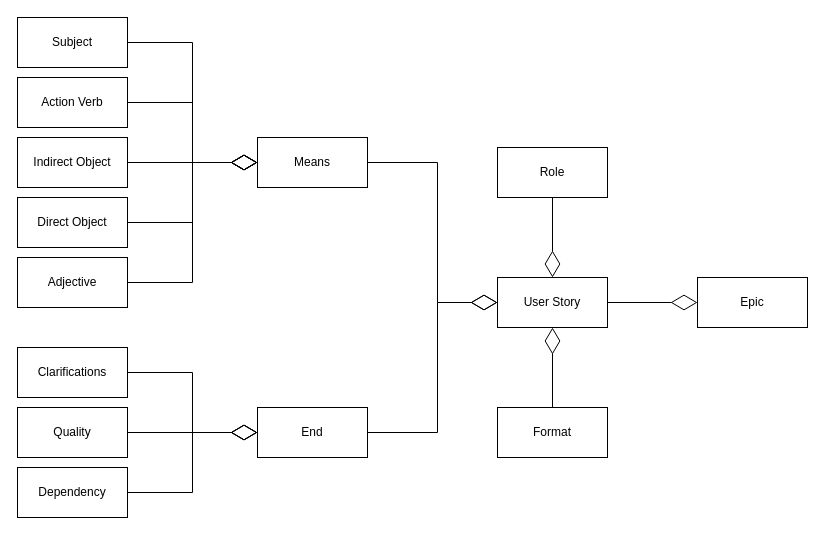
The draw.io diagram user_story_class_diagram.drawio in info-marceloramirez/architect_toolbox, before the edit. Source tidied: cells renumbered, new cells numbered last; positions are measured from the earlier drawing's top-left corner, leaving out a move shared by most shapes. Both pictures are drawn from the tidied source at 100%, with x=0, y=0 at pixel (17, 17).
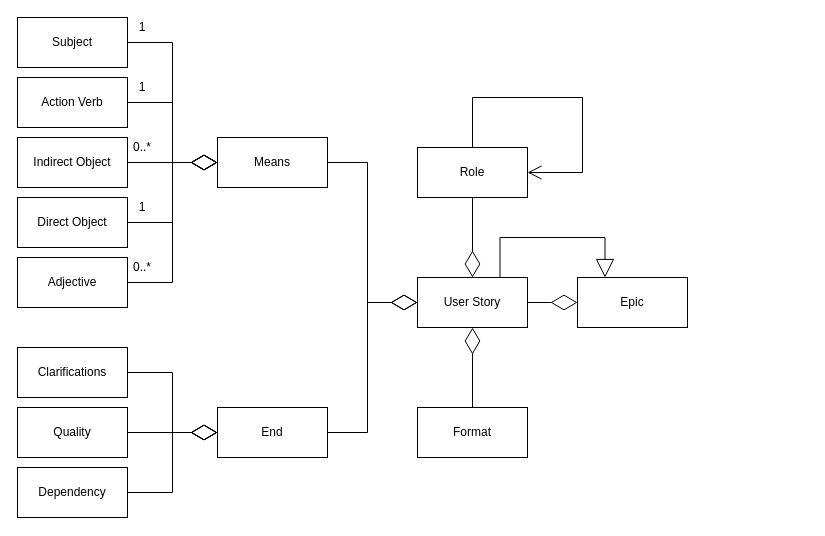
After the change.

Diff of the diagram source:
```diff
@@
     <mxCell id="7" value="Means" style="html=1;whiteSpace=wrap;" parent="1" vertex="1">
-      <mxGeometry x="240" y="120" width="110" height="50" as="geometry" />
+      <mxGeometry x="200" y="120" width="110" height="50" as="geometry" />
     </mxCell>
@@
     <mxCell id="13" value="User Story" style="html=1;whiteSpace=wrap;" parent="1" vertex="1">
-      <mxGeometry x="480" y="260" width="110" height="50" as="geometry" />
+      <mxGeometry x="400" y="260" width="110" height="50" as="geometry" />
     </mxCell>
     <mxCell id="14" style="endArrow=diamondThin;endFill=0;endSize=24;html=1;rounded=0;edgeStyle=orthogonalEdgeStyle;exitX=1;exitY=0.5;exitDx=0;exitDy=0;entryX=0;entryY=0.5;entryDx=0;entryDy=0;" parent="1" edge="1" source="7" target="13">
       <mxGeometry relative="1" as="geometry">
         <Array as="points">
-          <mxPoint x="420" y="145" />
-          <mxPoint x="420" y="285" />
+          <mxPoint x="350" y="145" />
+          <mxPoint x="350" y="285" />
         </Array>
       </mxGeometry>
     </mxCell>
     <mxCell id="15" value="Epic" style="html=1;whiteSpace=wrap;" parent="1" vertex="1">
-      <mxGeometry x="680" y="260" width="110" height="50" as="geometry" />
+      <mxGeometry x="560" y="260" width="110" height="50" as="geometry" />
     </mxCell>
@@
     <mxCell id="17" value="Role" style="html=1;whiteSpace=wrap;" parent="1" vertex="1">
-      <mxGeometry x="480" y="130" width="110" height="50" as="geometry" />
+      <mxGeometry x="400" y="130" width="110" height="50" as="geometry" />
     </mxCell>
     <mxCell id="18" value="Format" style="html=1;whiteSpace=wrap;" parent="1" vertex="1">
-      <mxGeometry x="480" y="390" width="110" height="50" as="geometry" />
+      <mxGeometry x="400" y="390" width="110" height="50" as="geometry" />
     </mxCell>
@@
     <mxCell id="24" value="End" style="html=1;whiteSpace=wrap;" parent="1" vertex="1">
-      <mxGeometry x="240" y="390" width="110" height="50" as="geometry" />
+      <mxGeometry x="200" y="390" width="110" height="50" as="geometry" />
     </mxCell>
@@
     <mxCell id="28" style="endArrow=diamondThin;endFill=0;endSize=24;html=1;rounded=0;edgeStyle=orthogonalEdgeStyle;exitX=1;exitY=0.5;exitDx=0;exitDy=0;entryX=0;entryY=0.5;entryDx=0;entryDy=0;" parent="1" edge="1" source="24" target="13">
       <mxGeometry relative="1" as="geometry">
         <Array as="points">
-          <mxPoint x="420" y="415" />
-          <mxPoint x="420" y="285" />
+          <mxPoint x="350" y="415" />
+          <mxPoint x="350" y="285" />
         </Array>
       </mxGeometry>
     </mxCell>
+    <mxCell id="29" style="endArrow=block;endSize=16;endFill=0;html=1;rounded=0;entryX=0.25;entryY=0;entryDx=0;entryDy=0;edgeStyle=orthogonalEdgeStyle;exitX=0.75;exitY=0;exitDx=0;exitDy=0;" parent="1" edge="1" source="13" target="15">
+      <mxGeometry relative="1" as="geometry">
+        <Array as="points">
+          <mxPoint x="483" y="220" />
+          <mxPoint x="587" y="220" />
+        </Array>
+      </mxGeometry>
+    </mxCell>
+    <mxCell id="30" style="endArrow=open;html=1;endSize=12;startArrow=none;startSize=14;startFill=0;edgeStyle=orthogonalEdgeStyle;align=left;verticalAlign=bottom;rounded=0;exitX=0.5;exitY=0;exitDx=0;exitDy=0;entryX=1;entryY=0.5;entryDx=0;entryDy=0;" parent="1" edge="1" source="17" target="17">
+      <mxGeometry x="-1" y="3" relative="1" as="geometry">
+        <Array as="points">
+          <mxPoint x="455" y="80" />
+          <mxPoint x="565" y="80" />
+          <mxPoint x="565" y="155" />
+        </Array>
+      </mxGeometry>
+    </mxCell>
+    <mxCell id="31" value="1" style="text;html=1;align=center;verticalAlign=middle;whiteSpace=wrap;rounded=0;" parent="1" vertex="1">
+      <mxGeometry x="110" width="30" height="20" as="geometry" />
+    </mxCell>
+    <mxCell id="32" value="1" style="text;html=1;align=center;verticalAlign=middle;whiteSpace=wrap;rounded=0;" parent="1" vertex="1">
+      <mxGeometry x="110" y="60" width="30" height="20" as="geometry" />
+    </mxCell>
+    <mxCell id="33" value="0..*" style="text;html=1;align=center;verticalAlign=middle;whiteSpace=wrap;rounded=0;" parent="1" vertex="1">
+      <mxGeometry x="110" y="120" width="30" height="20" as="geometry" />
+    </mxCell>
+    <mxCell id="34" value="1" style="text;html=1;align=center;verticalAlign=middle;whiteSpace=wrap;rounded=0;" parent="1" vertex="1">
+      <mxGeometry x="110" y="180" width="30" height="20" as="geometry" />
+    </mxCell>
+    <mxCell id="35" value="0..*" style="text;html=1;align=center;verticalAlign=middle;whiteSpace=wrap;rounded=0;" parent="1" vertex="1">
+      <mxGeometry x="110" y="240" width="30" height="20" as="geometry" />
+    </mxCell>
```
